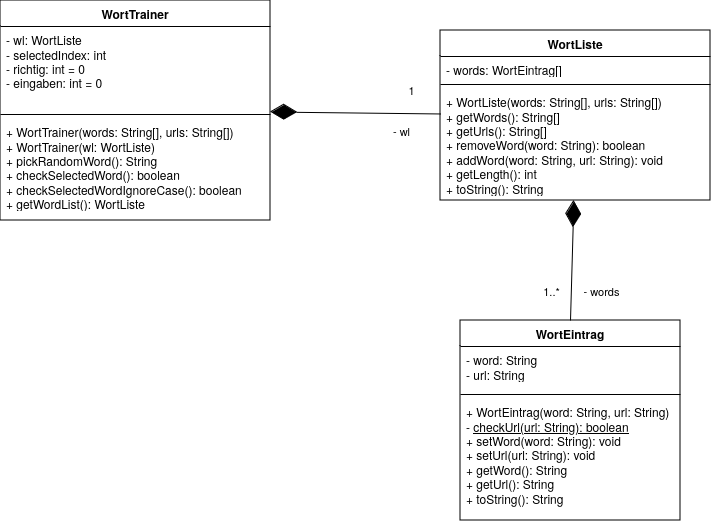
Before: doc/worttrainer.drawio.png, a diagram exported from draw.io (TGM-HIT/sew9-2425-worttrainer-czlabinger). Source tidied: cells renumbered, new cells last; positions are measured from the earlier drawing's top-left corner, leaving out a move shared by most shapes.
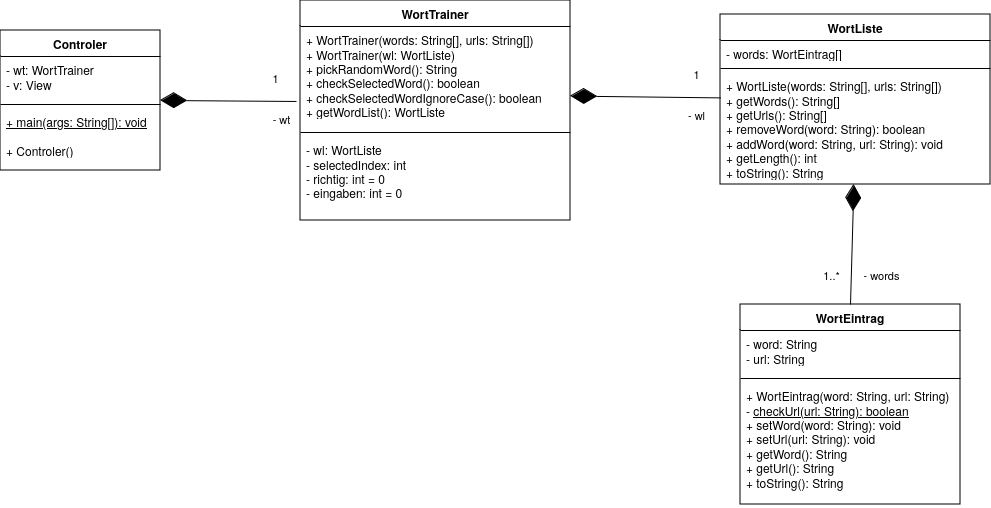
Later version of the same file.

Commit message:
Added controler to uml

The edit, as a diff of the source:
```diff
@@ -3,17 +3,17 @@
     <mxCell id="0" />
     <mxCell id="1" parent="0" />
     <mxCell id="2" value="&lt;div&gt;WortTrainer&lt;/div&gt;" style="swimlane;fontStyle=1;align=center;verticalAlign=top;horizontal=1;startSize=26;whiteSpace=wrap;html=1;" parent="1" vertex="1">
-      <mxGeometry width="270" height="220" as="geometry" />
+      <mxGeometry x="20" y="16" width="270" height="220" as="geometry" />
     </mxCell>
+    <mxCell id="5" value="&lt;div&gt;+ WortTrainer(words: String[], urls: String[])&lt;/div&gt;&lt;div&gt;+ WortTrainer(wl: WortListe)&lt;/div&gt;&lt;div&gt;+ pickRandomWord(): String&lt;/div&gt;&lt;div&gt;+ checkSelectedWord(): boolean&lt;/div&gt;&lt;div&gt;+ checkSelectedWordIgnoreCase(): boolean&lt;/div&gt;&lt;div&gt;+ getWordList(): WortListe&lt;/div&gt;" style="text;strokeColor=none;fillColor=none;align=left;verticalAlign=top;spacingLeft=4;spacingRight=4;overflow=hidden;points=[[0,0.5],[1,0.5]];portConstraint=eastwest;whiteSpace=wrap;html=1;" parent="2" vertex="1">
+      <mxGeometry y="26" width="270" height="102" as="geometry" />
+    </mxCell>
+    <mxCell id="4" style="line;strokeWidth=1;fillColor=none;align=left;verticalAlign=middle;spacingTop=-1;spacingLeft=3;spacingRight=3;labelPosition=right;strokeColor=inherit;" parent="2" vertex="1">
+      <mxGeometry y="128" width="270" height="8" as="geometry" />
+    </mxCell>
     <mxCell id="3" value="&lt;div&gt;- wl: WortListe&lt;/div&gt;&lt;div&gt;- selectedIndex: int&lt;/div&gt;&lt;div&gt;- richtig: int = 0&lt;/div&gt;&lt;div&gt;- eingaben: int = 0&lt;/div&gt;" style="text;strokeColor=none;fillColor=none;align=left;verticalAlign=top;spacingLeft=4;spacingRight=4;overflow=hidden;whiteSpace=wrap;html=1;" parent="2" vertex="1">
-      <mxGeometry y="26" width="270" height="84" as="geometry" />
+      <mxGeometry y="136" width="270" height="84" as="geometry" />
     </mxCell>
-    <mxCell id="4" style="line;strokeWidth=1;fillColor=none;align=left;verticalAlign=middle;spacingTop=-1;spacingLeft=3;spacingRight=3;labelPosition=right;strokeColor=inherit;" parent="2" vertex="1">
-      <mxGeometry y="110" width="270" height="8" as="geometry" />
-    </mxCell>
-    <mxCell id="5" value="&lt;div&gt;+ WortTrainer(words: String[], urls: String[])&lt;/div&gt;&lt;div&gt;+ WortTrainer(wl: WortListe)&lt;/div&gt;&lt;div&gt;+ pickRandomWord(): String&lt;/div&gt;&lt;div&gt;+ checkSelectedWord(): boolean&lt;/div&gt;&lt;div&gt;+ checkSelectedWordIgnoreCase(): boolean&lt;/div&gt;&lt;div&gt;+ getWordList(): WortListe&lt;/div&gt;" style="text;strokeColor=none;fillColor=none;align=left;verticalAlign=top;spacingLeft=4;spacingRight=4;overflow=hidden;points=[[0,0.5],[1,0.5]];portConstraint=eastwest;whiteSpace=wrap;html=1;" parent="2" vertex="1">
-      <mxGeometry y="118" width="270" height="102" as="geometry" />
-    </mxCell>
     <mxCell id="6" value="&lt;div&gt;WortListe&lt;/div&gt;&lt;div&gt;&lt;br&gt;&lt;/div&gt;" style="swimlane;fontStyle=1;align=center;verticalAlign=top;horizontal=1;startSize=26;whiteSpace=wrap;html=1;" parent="1" vertex="1">
       <mxGeometry x="440" y="30" width="270" height="170" as="geometry" />
     </mxCell>
@@ -51,8 +51,10 @@
         <mxPoint x="-21" y="6" as="offset" />
       </mxGeometry>
     </mxCell>
-    <mxCell id="17" style="endArrow=diamondThin;endFill=1;endSize=24;html=1;rounded=0;" parent="1" edge="1" source="6" target="2">
-      <mxGeometry relative="1" as="geometry" />
+    <mxCell id="17" style="endArrow=diamondThin;endFill=1;endSize=24;html=1;rounded=0;" parent="1" edge="1" source="6">
+      <mxGeometry relative="1" as="geometry">
+        <mxPoint x="290" y="111.6" as="targetPoint" />
+      </mxGeometry>
     </mxCell>
     <mxCell id="18" value="&lt;div&gt;- wl&lt;/div&gt;" style="edgeLabel;html=1;align=center;verticalAlign=middle;" parent="17" vertex="1">
       <mxGeometry x="0.48" y="-2" relative="1" as="geometry">
@@ -64,5 +66,32 @@
         <mxPoint x="15" y="-21" as="offset" />
       </mxGeometry>
     </mxCell>
+    <mxCell id="20" value="Controler" style="swimlane;fontStyle=1;align=center;verticalAlign=top;horizontal=1;startSize=26;whiteSpace=wrap;html=1;" parent="1" vertex="1">
+      <mxGeometry x="-280" y="46" width="160" height="140" as="geometry" />
+    </mxCell>
+    <mxCell id="21" value="&lt;div&gt;- wt: WortTrainer&lt;/div&gt;&lt;div&gt;- v: View&lt;br&gt;&lt;/div&gt;" style="text;strokeColor=none;fillColor=none;align=left;verticalAlign=top;spacingLeft=4;spacingRight=4;overflow=hidden;whiteSpace=wrap;html=1;" parent="20" vertex="1">
+      <mxGeometry y="26" width="160" height="44" as="geometry" />
+    </mxCell>
+    <mxCell id="22" style="line;strokeWidth=1;fillColor=none;align=left;verticalAlign=middle;spacingTop=-1;spacingLeft=3;spacingRight=3;labelPosition=right;strokeColor=inherit;" parent="20" vertex="1">
+      <mxGeometry y="70" width="160" height="8" as="geometry" />
+    </mxCell>
+    <mxCell id="23" value="&lt;div&gt;&lt;u&gt;+ main(args: String[]): void&lt;/u&gt;&lt;/div&gt;&lt;div&gt;&lt;u&gt;&lt;br&gt;&lt;/u&gt;&lt;/div&gt;+ Controler()" style="text;strokeColor=none;fillColor=none;align=left;verticalAlign=top;spacingLeft=4;spacingRight=4;overflow=hidden;whiteSpace=wrap;html=1;" parent="20" vertex="1">
+      <mxGeometry y="78" width="160" height="62" as="geometry" />
+    </mxCell>
+    <mxCell id="24" style="endArrow=diamondThin;endFill=1;endSize=24;html=1;rounded=0;exitX=-0.015;exitY=0.735;exitDx=0;exitDy=0;exitPerimeter=0;" parent="1" edge="1" source="5">
+      <mxGeometry relative="1" as="geometry">
+        <mxPoint x="-120" y="116" as="targetPoint" />
+      </mxGeometry>
+    </mxCell>
+    <mxCell id="25" value="&lt;div&gt;- wt&lt;/div&gt;" style="edgeLabel;html=1;align=center;verticalAlign=middle;" parent="24" vertex="1">
+      <mxGeometry x="0.48" y="-2" relative="1" as="geometry">
+        <mxPoint x="86" y="20" as="offset" />
+      </mxGeometry>
+    </mxCell>
+    <mxCell id="26" value="1" style="edgeLabel;html=1;align=center;verticalAlign=middle;" parent="24" vertex="1">
+      <mxGeometry x="-0.47" y="-2" relative="1" as="geometry">
+        <mxPoint x="15" y="-21" as="offset" />
+      </mxGeometry>
+    </mxCell>
   </root>
 </mxGraphModel>
```
